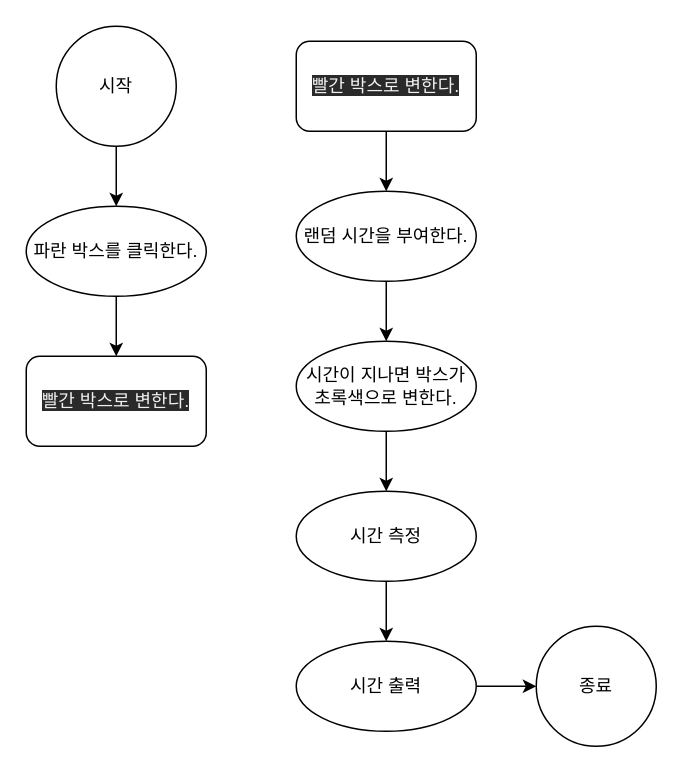
Before: webGame/response-check/response-check.drawio in leesuun/vanilla-js, a draw.io diagram. Source tidied: cells renumbered, new cells numbered last; positions are measured from the earlier drawing's top-left corner, leaving out a move shared by most shapes. Both pictures are drawn from the tidied source at 150%, with x=0, y=0 at pixel (26, 26).
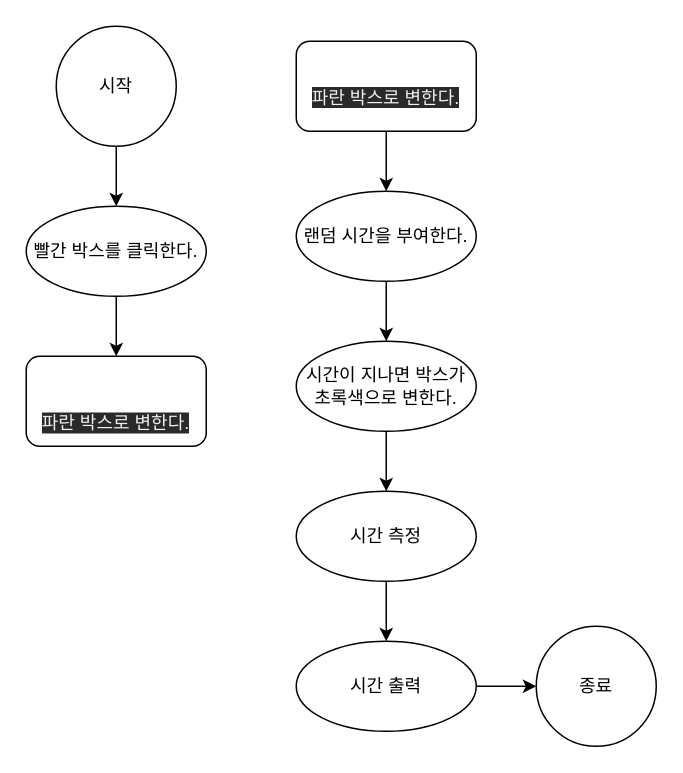
The same diagram, later.

The edit, as a diff of the source:
```diff
@@
 <mxGraphModel>
   <root>
     <mxCell id="0" />
     <mxCell id="1" parent="0" />
     <mxCell id="2" style="edgeStyle=none;html=1;" parent="1" edge="1" source="3" target="5">
       <mxGeometry relative="1" as="geometry" />
     </mxCell>
     <mxCell id="3" value="시작" style="ellipse;whiteSpace=wrap;html=1;" parent="1" vertex="1">
       <mxGeometry x="20" width="80" height="80" as="geometry" />
     </mxCell>
     <mxCell id="4" style="edgeStyle=none;html=1;" parent="1" edge="1" source="5">
       <mxGeometry relative="1" as="geometry">
         <mxPoint x="60" y="220" as="targetPoint" />
       </mxGeometry>
     </mxCell>
-    <mxCell id="5" value="파란 박스를 클릭한다." style="ellipse;whiteSpace=wrap;html=1;" parent="1" vertex="1">
+    <mxCell id="5" value="빨간 박스를 클릭한다." style="ellipse;whiteSpace=wrap;html=1;" parent="1" vertex="1">
       <mxGeometry y="120" width="120" height="60" as="geometry" />
     </mxCell>
     <mxCell id="6" style="edgeStyle=none;html=1;" parent="1" edge="1" target="8">
       <mxGeometry relative="1" as="geometry">
         <mxPoint x="240" y="70" as="sourcePoint" />
       </mxGeometry>
     </mxCell>
     <mxCell id="7" style="edgeStyle=none;html=1;" parent="1" edge="1" source="8" target="10">
       <mxGeometry relative="1" as="geometry" />
     </mxCell>
     <mxCell id="8" value="랜덤 시간을 부여한다." style="ellipse;whiteSpace=wrap;html=1;" parent="1" vertex="1">
       <mxGeometry x="180" y="110" width="120" height="60" as="geometry" />
     </mxCell>
     <mxCell id="9" style="edgeStyle=none;html=1;" parent="1" edge="1" source="10" target="12">
       <mxGeometry relative="1" as="geometry" />
     </mxCell>
     <mxCell id="10" value="시간이 지나면 박스가 초록색으로 변한다." style="ellipse;whiteSpace=wrap;html=1;" parent="1" vertex="1">
       <mxGeometry x="180" y="210" width="120" height="60" as="geometry" />
     </mxCell>
     <mxCell id="11" style="edgeStyle=none;html=1;" parent="1" edge="1" source="12" target="14">
       <mxGeometry relative="1" as="geometry" />
     </mxCell>
     <mxCell id="12" value="시간 측정" style="ellipse;whiteSpace=wrap;html=1;" parent="1" vertex="1">
       <mxGeometry x="180" y="310" width="120" height="60" as="geometry" />
     </mxCell>
     <mxCell id="13" style="edgeStyle=none;html=1;" parent="1" edge="1" source="14" target="15">
       <mxGeometry relative="1" as="geometry" />
     </mxCell>
     <mxCell id="14" value="시간 출력" style="ellipse;whiteSpace=wrap;html=1;" parent="1" vertex="1">
       <mxGeometry x="180" y="410" width="120" height="60" as="geometry" />
     </mxCell>
     <mxCell id="15" value="종료" style="ellipse;whiteSpace=wrap;html=1;" parent="1" vertex="1">
       <mxGeometry x="340" y="400" width="80" height="80" as="geometry" />
     </mxCell>
-    <mxCell id="16" value="&#10;&#10;&lt;span style=&quot;color: rgb(240, 240, 240); font-family: helvetica; font-size: 12px; font-style: normal; font-weight: 400; letter-spacing: normal; text-align: center; text-indent: 0px; text-transform: none; word-spacing: 0px; background-color: rgb(42, 42, 42); display: inline; float: none;&quot;&gt;빨간 박스로 변한다.&lt;/span&gt;&#10;&#10;" style="rounded=1;whiteSpace=wrap;html=1;" parent="1" vertex="1">
+    <mxCell id="16" value="&lt;br&gt;&lt;br&gt;&lt;span style=&quot;color: rgb(240 , 240 , 240) ; font-family: &amp;#34;helvetica&amp;#34; ; font-size: 12px ; font-style: normal ; font-weight: 400 ; letter-spacing: normal ; text-align: center ; text-indent: 0px ; text-transform: none ; word-spacing: 0px ; background-color: rgb(42 , 42 , 42) ; display: inline ; float: none&quot;&gt;파란 박스로 변한다.&lt;/span&gt;&lt;br&gt;" style="rounded=1;whiteSpace=wrap;html=1;" parent="1" vertex="1">
       <mxGeometry y="220" width="120" height="60" as="geometry" />
     </mxCell>
-    <mxCell id="17" value="&#10;&#10;&lt;span style=&quot;color: rgb(240, 240, 240); font-family: helvetica; font-size: 12px; font-style: normal; font-weight: 400; letter-spacing: normal; text-align: center; text-indent: 0px; text-transform: none; word-spacing: 0px; background-color: rgb(42, 42, 42); display: inline; float: none;&quot;&gt;빨간 박스로 변한다.&lt;/span&gt;&#10;&#10;" style="rounded=1;whiteSpace=wrap;html=1;" parent="1" vertex="1">
+    <mxCell id="17" value="&lt;br&gt;&lt;span style=&quot;color: rgb(240 , 240 , 240) ; font-family: &amp;#34;helvetica&amp;#34; ; font-size: 12px ; font-style: normal ; font-weight: 400 ; letter-spacing: normal ; text-align: center ; text-indent: 0px ; text-transform: none ; word-spacing: 0px ; background-color: rgb(42 , 42 , 42) ; display: inline ; float: none&quot;&gt;파란 박스로 변한다.&lt;/span&gt;" style="rounded=1;whiteSpace=wrap;html=1;" parent="1" vertex="1">
       <mxGeometry x="180" y="10" width="120" height="60" as="geometry" />
     </mxCell>
   </root>
 </mxGraphModel>
```
